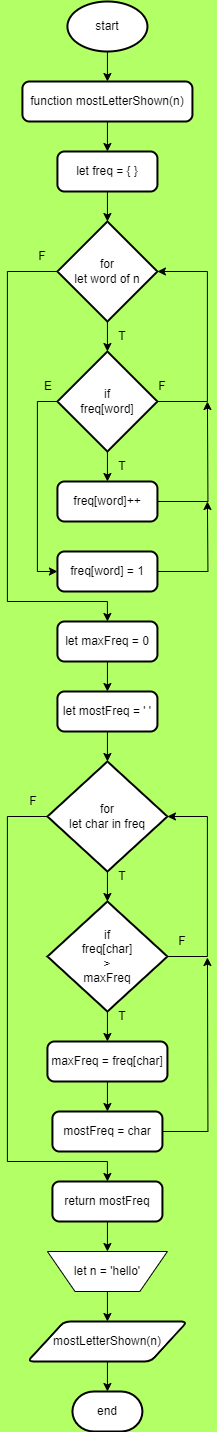
Above: flowchart-diagram/find_the_most_letter_come_up.drawio.png in Destantomy/Dry-run-algorithm (draw.io), before the change. Source tidied: cells renumbered, new cells last; positions are measured from the earlier drawing's top-left corner, leaving out a move shared by most shapes.
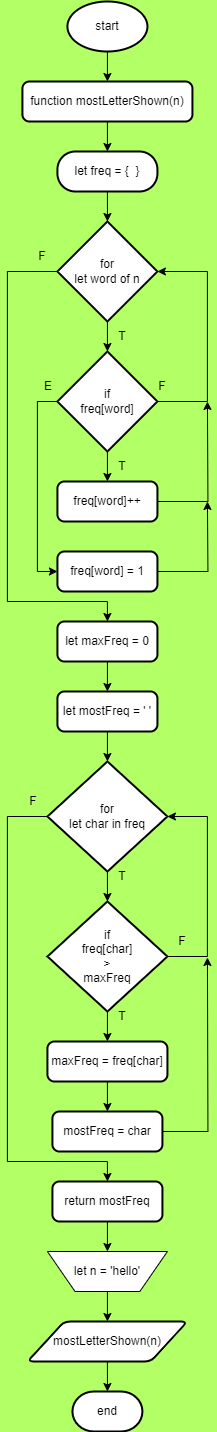
The same file after the commit.

Change to the diagram source:
```diff
@@ -14,7 +14,7 @@
     <mxCell id="5" value="function mostLetterShown(n)" style="rounded=1;whiteSpace=wrap;html=1;absoluteArcSize=1;arcSize=14;strokeWidth=2;" parent="1" vertex="1">
       <mxGeometry x="14.9" y="80" width="170" height="40" as="geometry" />
     </mxCell>
-    <mxCell id="6" value="let freq = { }" style="rounded=1;whiteSpace=wrap;html=1;absoluteArcSize=1;arcSize=14;strokeWidth=2;" parent="1" vertex="1">
+    <mxCell id="6" value="let freq = {&amp;nbsp; }" style="rounded=1;whiteSpace=wrap;html=1;absoluteArcSize=1;arcSize=36;strokeWidth=2;" parent="1" vertex="1">
       <mxGeometry x="49.9" y="150" width="100" height="40" as="geometry" />
     </mxCell>
     <mxCell id="7" style="edgeStyle=orthogonalEdgeStyle;rounded=0;jettySize=auto;html=1;exitX=0;exitY=0.5;exitDx=0;exitDy=0;exitPerimeter=0;entryX=0.5;entryY=0;entryDx=0;entryDy=0;" parent="1" edge="1" source="8" target="24">
```
